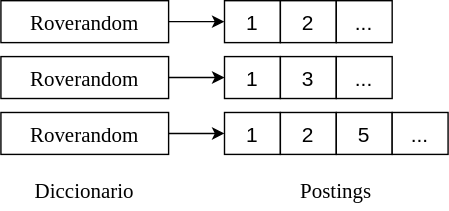
This is Clases/Clase 10 - Recuperación de la información/figuras/indice_invertido_esquema.dio.svg from untref-edd/edd, a draw.io export, as it was before one commit. Source tidied: cells renumbered, new cells last; positions are measured from the earlier drawing's top-left corner, leaving out a move shared by most shapes. Source of this version:
```xml
<mxGraphModel>
  <root>
    <mxCell id="0" />
    <mxCell id="1" parent="0" />
    <mxCell id="2" style="edgeStyle=orthogonalEdgeStyle;rounded=0;jettySize=auto;exitX=1;exitY=0.5;exitDx=0;exitDy=0;entryX=0;entryY=0.5;entryDx=0;entryDy=0;fontSize=15;" parent="1" edge="1" source="3" target="10">
      <mxGeometry relative="1" as="geometry" />
    </mxCell>
    <mxCell id="3" value="Roverandom" style="rounded=0;fontFamily=Jetbrains Mono;fontSource=https%3A%2F%2Ffonts.googleapis.com%2Fcss%3Ffamily%3DJetbrains%2BMono;fontSize=15;" parent="1" vertex="1">
      <mxGeometry width="120" height="30" as="geometry" />
    </mxCell>
    <mxCell id="4" style="edgeStyle=orthogonalEdgeStyle;rounded=0;jettySize=auto;exitX=1;exitY=0.5;exitDx=0;exitDy=0;entryX=0;entryY=0.5;entryDx=0;entryDy=0;fontSize=15;" parent="1" edge="1" source="5" target="13">
      <mxGeometry relative="1" as="geometry" />
    </mxCell>
    <mxCell id="5" value="Roverandom" style="rounded=0;fontFamily=Jetbrains Mono;fontSource=https%3A%2F%2Ffonts.googleapis.com%2Fcss%3Ffamily%3DJetbrains%2BMono;fontSize=15;" parent="1" vertex="1">
      <mxGeometry y="40" width="120" height="30" as="geometry" />
    </mxCell>
    <mxCell id="6" style="edgeStyle=orthogonalEdgeStyle;rounded=0;jettySize=auto;exitX=1;exitY=0.5;exitDx=0;exitDy=0;entryX=0;entryY=0.5;entryDx=0;entryDy=0;fontSize=15;" parent="1" edge="1" source="7" target="16">
      <mxGeometry relative="1" as="geometry" />
    </mxCell>
    <mxCell id="7" value="Roverandom" style="rounded=0;fontFamily=Jetbrains Mono;fontSource=https%3A%2F%2Ffonts.googleapis.com%2Fcss%3Ffamily%3DJetbrains%2BMono;fontSize=15;" parent="1" vertex="1">
      <mxGeometry y="80" width="120" height="30" as="geometry" />
    </mxCell>
    <mxCell id="8" value="Diccionario" style="text;strokeColor=none;fillColor=none;align=center;verticalAlign=middle;rounded=0;fontFamily=Jetbrains Mono;fontSource=https%3A%2F%2Ffonts.googleapis.com%2Fcss%3Ffamily%3DJetbrains%2BMono;fontSize=15;" parent="1" vertex="1">
      <mxGeometry y="120" width="120" height="30" as="geometry" />
    </mxCell>
    <mxCell id="9" value="Postings" style="text;strokeColor=none;fillColor=none;align=center;verticalAlign=middle;rounded=0;fontFamily=Jetbrains Mono;fontSource=https%3A%2F%2Ffonts.googleapis.com%2Fcss%3Ffamily%3DJetbrains%2BMono;fontSize=15;" parent="1" vertex="1">
      <mxGeometry x="160" y="120" width="160" height="30" as="geometry" />
    </mxCell>
    <mxCell id="10" value="1" style="rounded=0;fontSize=15;" parent="1" vertex="1">
      <mxGeometry x="160" width="40" height="30" as="geometry" />
    </mxCell>
    <mxCell id="11" value="2" style="rounded=0;fontSize=15;" parent="1" vertex="1">
      <mxGeometry x="200" width="40" height="30" as="geometry" />
    </mxCell>
    <mxCell id="12" value="..." style="rounded=0;fontSize=15;" parent="1" vertex="1">
      <mxGeometry x="240" width="40" height="30" as="geometry" />
    </mxCell>
    <mxCell id="13" value="1" style="rounded=0;fontSize=15;" parent="1" vertex="1">
      <mxGeometry x="160" y="40" width="40" height="30" as="geometry" />
    </mxCell>
    <mxCell id="14" value="3" style="rounded=0;fontSize=15;" parent="1" vertex="1">
      <mxGeometry x="200" y="40" width="40" height="30" as="geometry" />
    </mxCell>
    <mxCell id="15" value="..." style="rounded=0;fontSize=15;" parent="1" vertex="1">
      <mxGeometry x="240" y="40" width="40" height="30" as="geometry" />
    </mxCell>
    <mxCell id="16" value="1" style="rounded=0;fontSize=15;" parent="1" vertex="1">
      <mxGeometry x="160" y="80" width="40" height="30" as="geometry" />
    </mxCell>
    <mxCell id="17" value="2" style="rounded=0;fontSize=15;" parent="1" vertex="1">
      <mxGeometry x="200" y="80" width="40" height="30" as="geometry" />
    </mxCell>
    <mxCell id="18" value="5" style="rounded=0;fontSize=15;" parent="1" vertex="1">
      <mxGeometry x="240" y="80" width="40" height="30" as="geometry" />
    </mxCell>
    <mxCell id="19" value="..." style="rounded=0;fontSize=15;" parent="1" vertex="1">
      <mxGeometry x="280" y="80" width="40" height="30" as="geometry" />
    </mxCell>
  </root>
</mxGraphModel>
```
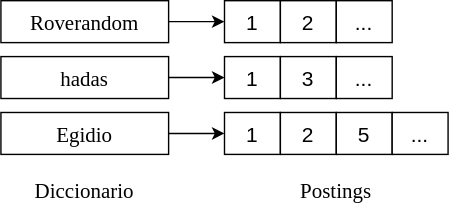
After the commit.

Commit message:
Modificaciones post-clase para la clase 9

The edit, as a diff of the source:
```diff
@@ -11,13 +11,13 @@
     <mxCell id="4" style="edgeStyle=orthogonalEdgeStyle;rounded=0;jettySize=auto;exitX=1;exitY=0.5;exitDx=0;exitDy=0;entryX=0;entryY=0.5;entryDx=0;entryDy=0;fontSize=15;" parent="1" edge="1" source="5" target="13">
       <mxGeometry relative="1" as="geometry" />
     </mxCell>
-    <mxCell id="5" value="Roverandom" style="rounded=0;fontFamily=Jetbrains Mono;fontSource=https%3A%2F%2Ffonts.googleapis.com%2Fcss%3Ffamily%3DJetbrains%2BMono;fontSize=15;" parent="1" vertex="1">
+    <mxCell id="5" value="hadas" style="rounded=0;fontFamily=Jetbrains Mono;fontSource=https%3A%2F%2Ffonts.googleapis.com%2Fcss%3Ffamily%3DJetbrains%2BMono;fontSize=15;" parent="1" vertex="1">
       <mxGeometry y="40" width="120" height="30" as="geometry" />
     </mxCell>
     <mxCell id="6" style="edgeStyle=orthogonalEdgeStyle;rounded=0;jettySize=auto;exitX=1;exitY=0.5;exitDx=0;exitDy=0;entryX=0;entryY=0.5;entryDx=0;entryDy=0;fontSize=15;" parent="1" edge="1" source="7" target="16">
       <mxGeometry relative="1" as="geometry" />
     </mxCell>
-    <mxCell id="7" value="Roverandom" style="rounded=0;fontFamily=Jetbrains Mono;fontSource=https%3A%2F%2Ffonts.googleapis.com%2Fcss%3Ffamily%3DJetbrains%2BMono;fontSize=15;" parent="1" vertex="1">
+    <mxCell id="7" value="Egidio" style="rounded=0;fontFamily=Jetbrains Mono;fontSource=https%3A%2F%2Ffonts.googleapis.com%2Fcss%3Ffamily%3DJetbrains%2BMono;fontSize=15;" parent="1" vertex="1">
       <mxGeometry y="80" width="120" height="30" as="geometry" />
     </mxCell>
     <mxCell id="8" value="Diccionario" style="text;strokeColor=none;fillColor=none;align=center;verticalAlign=middle;rounded=0;fontFamily=Jetbrains Mono;fontSource=https%3A%2F%2Ffonts.googleapis.com%2Fcss%3Ffamily%3DJetbrains%2BMono;fontSize=15;" parent="1" vertex="1">
```
